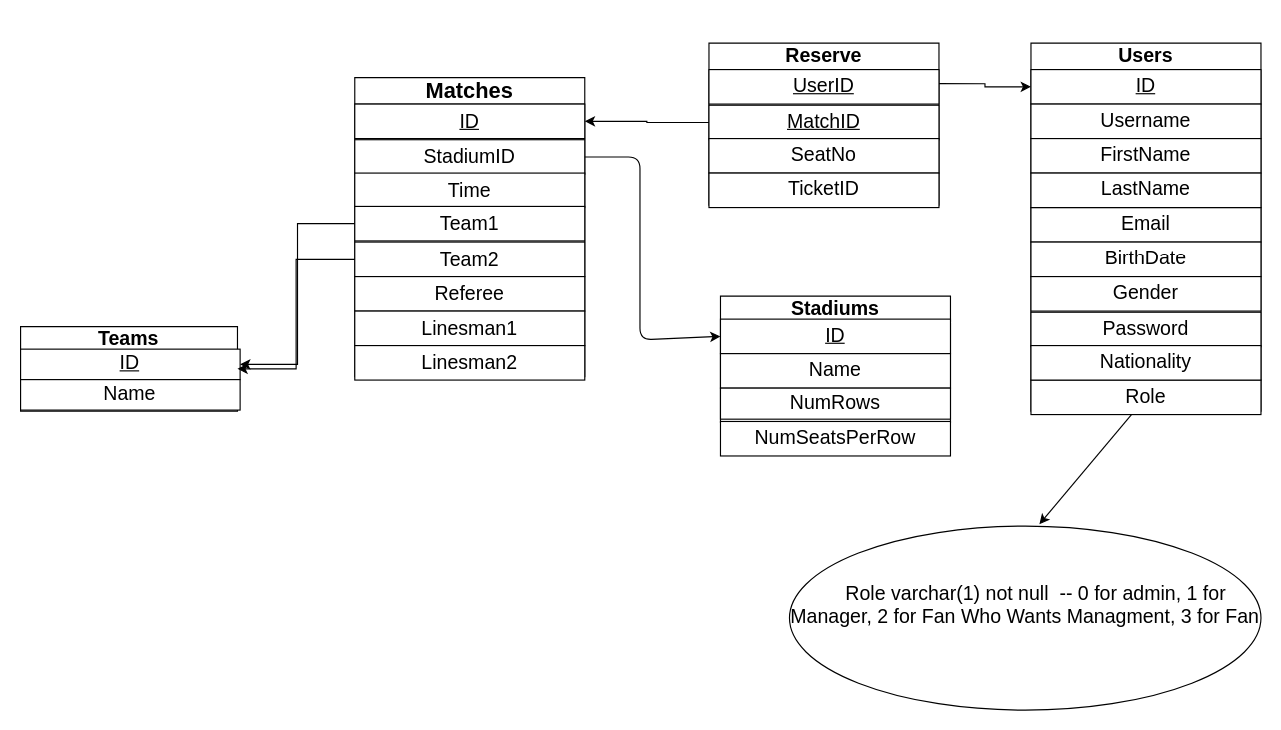
Above: BackEnd/Schema.drawio in reem-atalah/Fifa-2022 (draw.io), before the change. Source tidied: cells renumbered, new cells numbered last; positions are measured from the earlier drawing's top-left corner, leaving out a move shared by most shapes. Both pictures are drawn from the tidied source at 115%, with x=0, y=0 at pixel (20, 43).
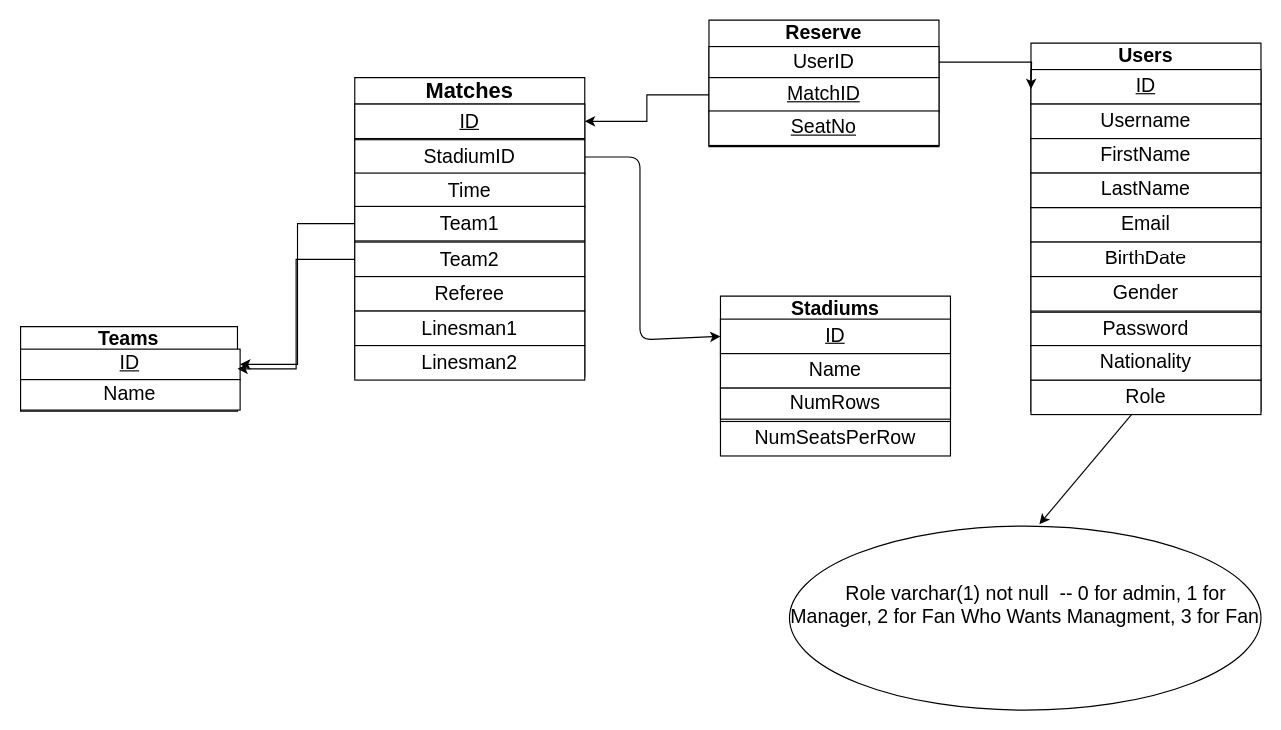
After the change.

Unchanged cells that the change refers to:
```xml
<mxCell id="23" value="&lt;u&gt;ID&lt;/u&gt;" style="rounded=0;whiteSpace=wrap;html=1;fontSize=17;" parent="22" vertex="1">
  <mxGeometry y="23" width="200" height="30" as="geometry" />
</mxCell>
```

Change to the diagram source:
```diff
@@
     <mxCell id="12" style="group;" parent="1" vertex="1">
-      <mxGeometry x="599" width="200" height="143" as="geometry" />
+      <mxGeometry x="599" y="-20" width="200" height="143" as="geometry" />
     </mxCell>
     <mxCell id="13" value="Reserve" style="swimlane;whiteSpace=wrap;html=1;fontSize=17;" parent="12" vertex="1">
-      <mxGeometry width="200" height="141" as="geometry" />
+      <mxGeometry width="200" height="110" as="geometry" />
     </mxCell>
-    <mxCell id="14" value="&lt;u&gt;UserID&lt;br&gt;&lt;/u&gt;" style="whiteSpace=wrap;html=1;fontSize=17;" parent="13" vertex="1">
-      <mxGeometry y="23" width="200" height="30" as="geometry" />
+    <mxCell id="14" value="UserID" style="whiteSpace=wrap;html=1;fontSize=17;" parent="13" vertex="1">
+      <mxGeometry y="23" width="200" height="27" as="geometry" />
     </mxCell>
     <mxCell id="15" value="&lt;u&gt;MatchID&lt;/u&gt;" style="whiteSpace=wrap;html=1;fontSize=17;" parent="13" vertex="1">
-      <mxGeometry y="54" width="200" height="30" as="geometry" />
+      <mxGeometry y="50" width="200" height="30" as="geometry" />
     </mxCell>
-    <mxCell id="16" value="SeatNo" style="whiteSpace=wrap;html=1;fontSize=17;" parent="13" vertex="1">
-      <mxGeometry y="83" width="200" height="30" as="geometry" />
+    <mxCell id="16" value="&lt;u&gt;SeatNo&lt;/u&gt;" style="whiteSpace=wrap;html=1;fontSize=17;" parent="13" vertex="1">
+      <mxGeometry y="79" width="200" height="30" as="geometry" />
     </mxCell>
-    <mxCell id="17" value="TicketID" style="whiteSpace=wrap;html=1;fontSize=17;" parent="12" vertex="1">
-      <mxGeometry y="113" width="200" height="30" as="geometry" />
-    </mxCell>
@@
-    <mxCell id="19" style="edgeStyle=orthogonalEdgeStyle;rounded=0;jettySize=auto;html=1;exitX=1;exitY=0.25;exitDx=0;exitDy=0;entryX=0;entryY=0.5;entryDx=0;entryDy=0;fontSize=17;" parent="1" edge="1" source="13" target="23">
-      <mxGeometry relative="1" as="geometry" />
-    </mxCell>
@@
+    <mxCell id="55" style="edgeStyle=orthogonalEdgeStyle;rounded=0;jettySize=auto;html=1;" parent="1" edge="1" source="14">
+      <mxGeometry relative="1" as="geometry">
+        <mxPoint x="879" y="40" as="targetPoint" />
+      </mxGeometry>
+    </mxCell>
```
